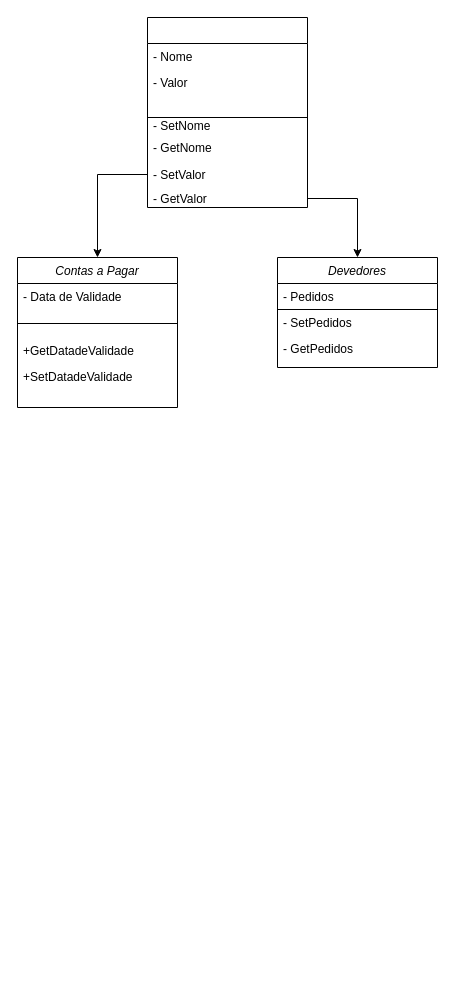
Before: Doc/Classes.drawio in LuizMiguelRocha/Equipe5, a draw.io diagram. Source tidied: cells renumbered, new cells numbered last; positions are measured from the earlier drawing's top-left corner, leaving out a move shared by most shapes. Both pictures are drawn from the tidied source at 100%, with x=0, y=0 at pixel (17, 17).
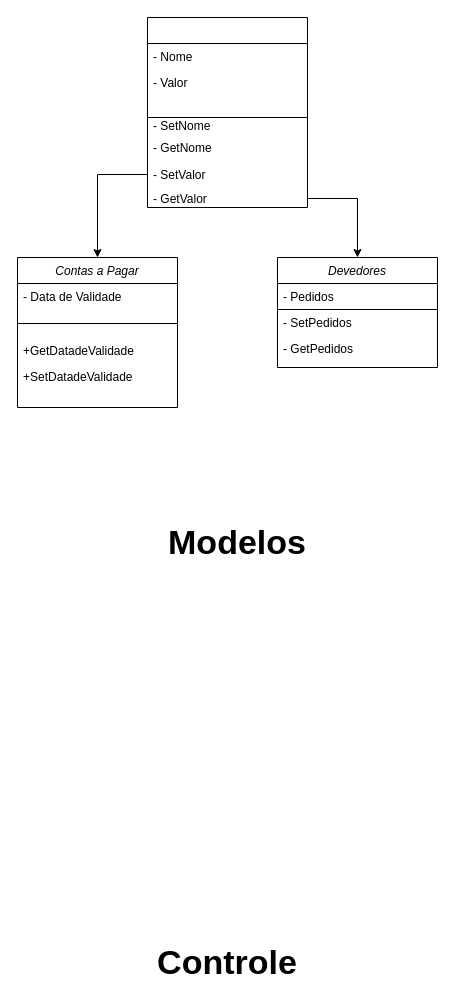
The same page after the edit.

What changed in the source:
```diff
@@
+    <mxCell id="22" value="&lt;b&gt;&lt;font style=&quot;font-size: 34px;&quot;&gt;Modelos&lt;/font&gt;&lt;/b&gt;" style="text;html=1;align=center;verticalAlign=middle;whiteSpace=wrap;rounded=0;rotation=0;" parent="1" vertex="1">
+      <mxGeometry x="150" y="510" width="140" height="30" as="geometry" />
+    </mxCell>
+    <mxCell id="23" value="&lt;b&gt;&lt;font style=&quot;font-size: 34px;&quot;&gt;Controle&lt;/font&gt;&lt;/b&gt;" style="text;html=1;align=center;verticalAlign=middle;whiteSpace=wrap;rounded=0;" parent="1" vertex="1">
+      <mxGeometry x="140" y="930" width="140" height="30" as="geometry" />
+    </mxCell>
```
